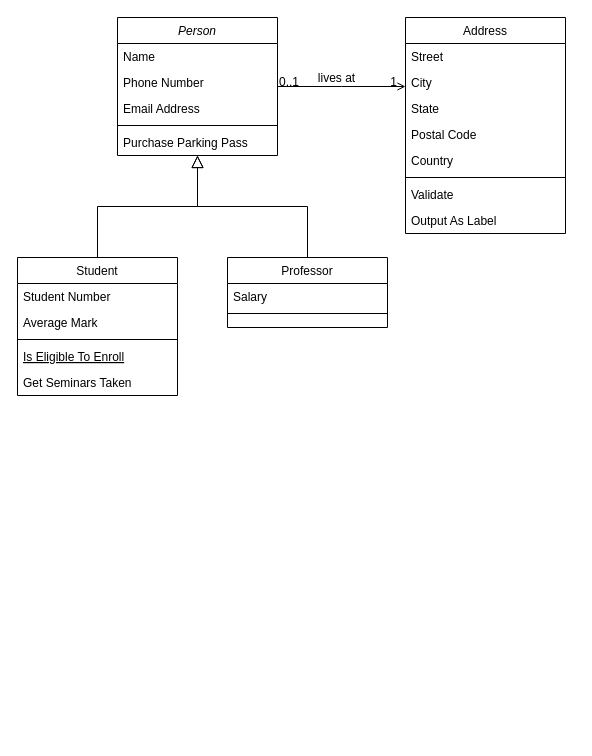
The draw.io diagram Untitled Diagram.drawio in donotwarry/resources, before the edit. Source tidied: cells renumbered, new cells numbered last; positions are measured from the earlier drawing's top-left corner, leaving out a move shared by most shapes. Both pictures are drawn from the tidied source at 100%, with x=0, y=0 at pixel (17, 17).
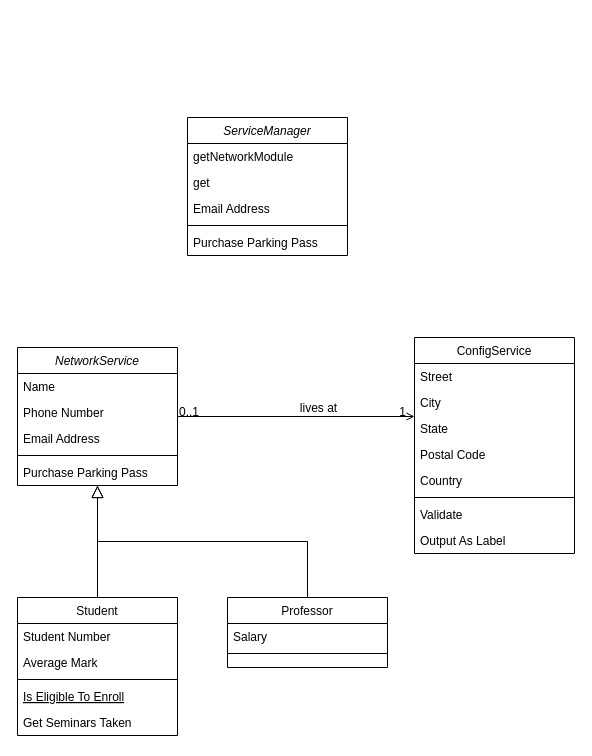
The same diagram, later.

What changed in the source:
```diff
@@
-    <mxCell id="2" value="Person" style="swimlane;fontStyle=2;align=center;verticalAlign=top;horizontal=1;startSize=26;rounded=0;shadow=0;strokeWidth=1;" parent="1" vertex="1">
-      <mxGeometry x="100" width="160" height="138" as="geometry" />
+    <mxCell id="2" value="NetworkService" style="swimlane;fontStyle=2;align=center;verticalAlign=top;horizontal=1;startSize=26;rounded=0;shadow=0;strokeWidth=1;" parent="1" vertex="1">
+      <mxGeometry y="330" width="160" height="138" as="geometry" />
     </mxCell>
@@
     <mxCell id="8" value="Student" style="swimlane;fontStyle=0;align=center;verticalAlign=top;horizontal=1;startSize=26;rounded=0;shadow=0;strokeWidth=1;" parent="1" vertex="1">
-      <mxGeometry y="240" width="160" height="138" as="geometry" />
+      <mxGeometry y="580" width="160" height="138" as="geometry" />
     </mxCell>
@@
     <mxCell id="15" value="Professor" style="swimlane;fontStyle=0;align=center;verticalAlign=top;horizontal=1;startSize=26;rounded=0;shadow=0;strokeWidth=1;" parent="1" vertex="1">
-      <mxGeometry x="210" y="240" width="160" height="70" as="geometry" />
+      <mxGeometry x="210" y="580" width="160" height="70" as="geometry" />
     </mxCell>
@@
-    <mxCell id="19" value="Address" style="swimlane;fontStyle=0;align=center;verticalAlign=top;horizontal=1;startSize=26;rounded=0;shadow=0;strokeWidth=1;" parent="1" vertex="1">
-      <mxGeometry x="388" width="160" height="216" as="geometry" />
+    <mxCell id="19" value="ConfigService" style="swimlane;fontStyle=0;align=center;verticalAlign=top;horizontal=1;startSize=26;rounded=0;shadow=0;strokeWidth=1;" parent="1" vertex="1">
+      <mxGeometry x="397" y="320" width="160" height="216" as="geometry" />
     </mxCell>
@@
+    <mxCell id="32" value="ServiceManager" style="swimlane;fontStyle=2;align=center;verticalAlign=top;horizontal=1;startSize=26;rounded=0;shadow=0;strokeWidth=1;" parent="1" vertex="1">
+      <mxGeometry x="170" y="100" width="160" height="138" as="geometry" />
+    </mxCell>
+    <mxCell id="33" value="getNetworkModule" style="text;align=left;verticalAlign=top;spacingLeft=4;spacingRight=4;overflow=hidden;" parent="32" vertex="1">
+      <mxGeometry y="26" width="160" height="26" as="geometry" />
+    </mxCell>
+    <mxCell id="34" value="get" style="text;align=left;verticalAlign=top;spacingLeft=4;spacingRight=4;overflow=hidden;rounded=0;shadow=0;html=0;" parent="32" vertex="1">
+      <mxGeometry y="52" width="160" height="26" as="geometry" />
+    </mxCell>
+    <mxCell id="35" value="Email Address" style="text;align=left;verticalAlign=top;spacingLeft=4;spacingRight=4;overflow=hidden;rounded=0;shadow=0;html=0;" parent="32" vertex="1">
+      <mxGeometry y="78" width="160" height="26" as="geometry" />
+    </mxCell>
+    <mxCell id="36" style="line;html=1;strokeWidth=1;align=left;verticalAlign=middle;spacingTop=-1;spacingLeft=3;spacingRight=3;labelPosition=right;" parent="32" vertex="1">
+      <mxGeometry y="104" width="160" height="8" as="geometry" />
+    </mxCell>
+    <mxCell id="37" value="Purchase Parking Pass" style="text;align=left;verticalAlign=top;spacingLeft=4;spacingRight=4;overflow=hidden;" parent="32" vertex="1">
+      <mxGeometry y="112" width="160" height="26" as="geometry" />
+    </mxCell>
```
